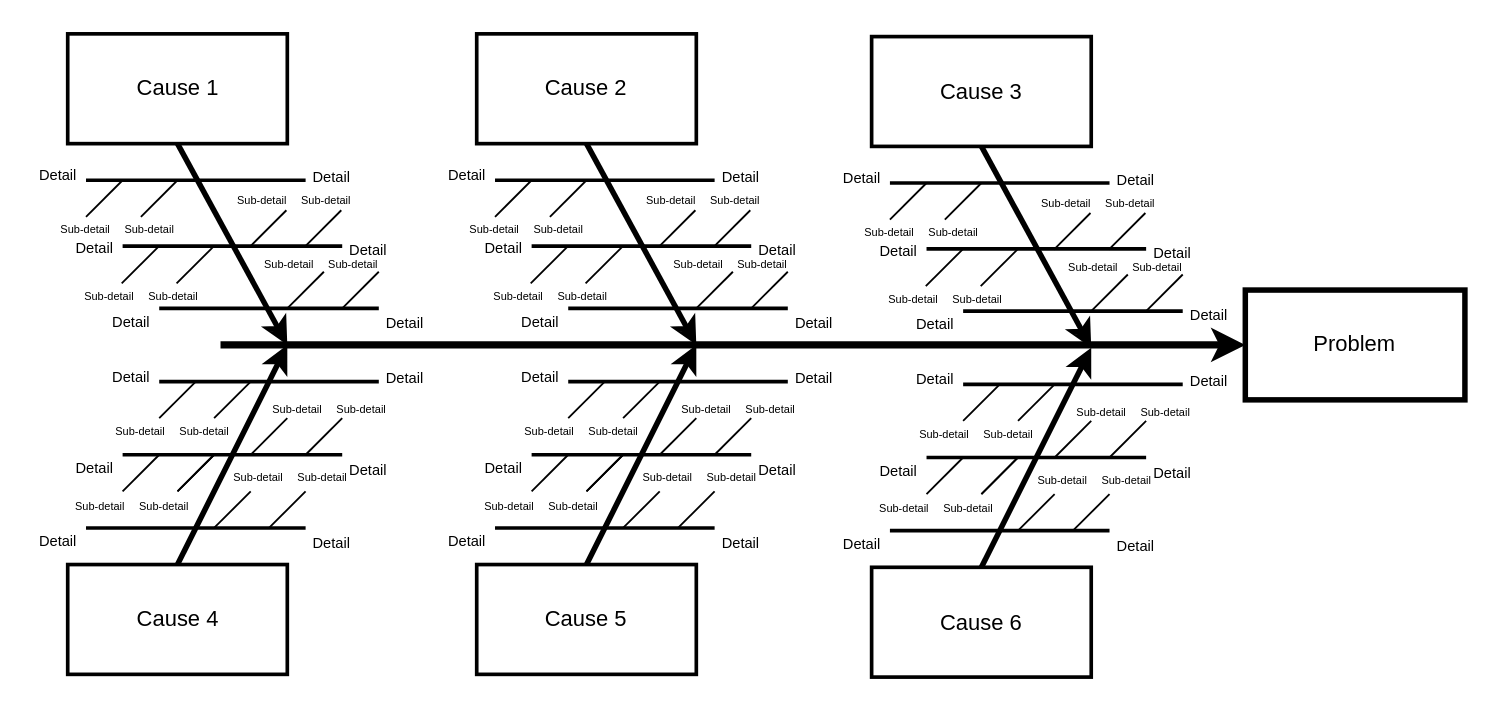
Above: Task4/Диаграмма Исикавы.drawio in Laborant90/architecture-medikamente (draw.io), before the change. Source tidied: cells renumbered, new cells numbered last; positions are measured from the earlier drawing's top-left corner, leaving out a move shared by most shapes. Both pictures are drawn from the tidied source at 183%, with x=0, y=0 at pixel (29, 33).
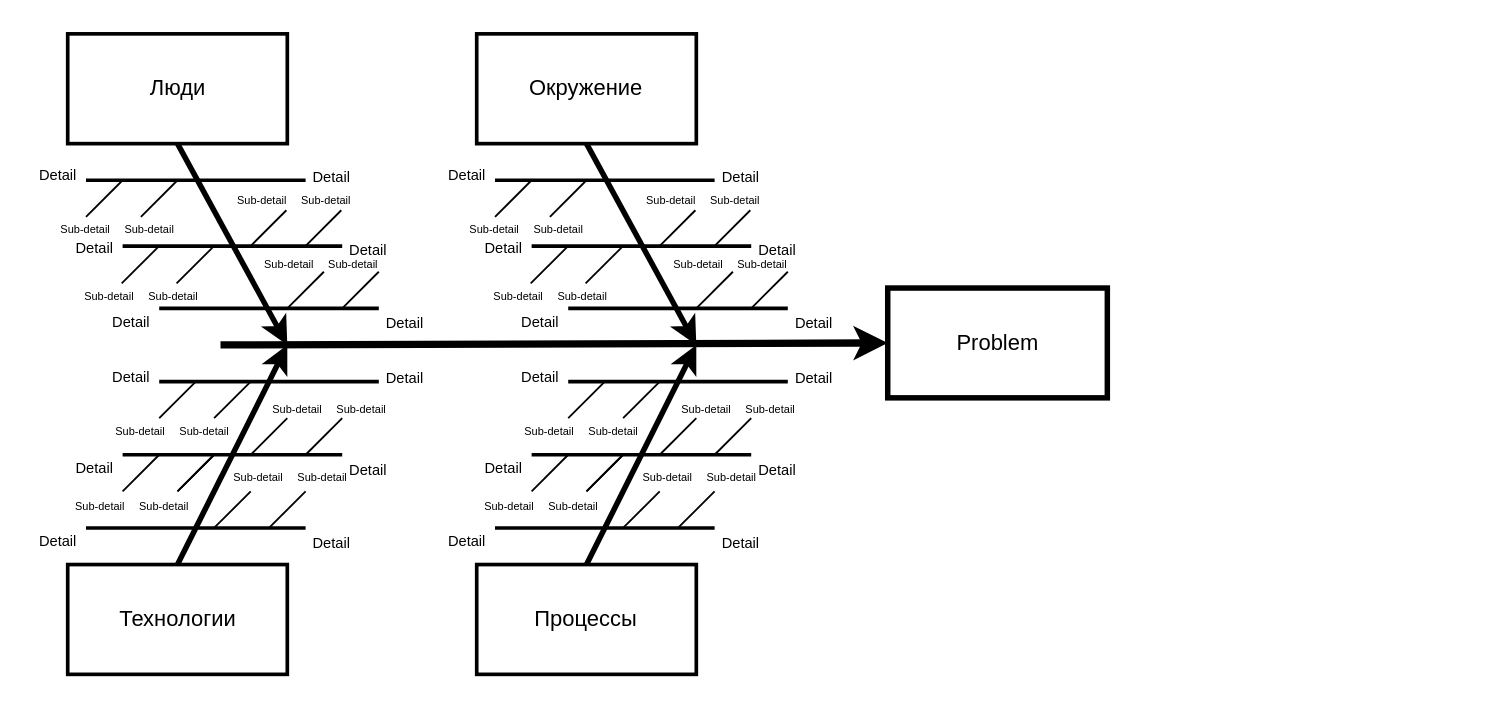
The same page after the edit.

The edit, as a diff of the source:
```diff
@@
-    <mxCell id="2" value="Cause 1" style="whiteSpace=wrap;strokeWidth=2;" parent="1" vertex="1">
+    <mxCell id="2" value="Люди" style="whiteSpace=wrap;strokeWidth=2;" parent="1" vertex="1">
       <mxGeometry x="20.5" width="120" height="60" as="geometry" />
     </mxCell>
-    <mxCell id="3" value="Cause 4" style="whiteSpace=wrap;strokeWidth=2;" parent="1" vertex="1">
+    <mxCell id="3" value="Технологии" style="whiteSpace=wrap;strokeWidth=2;" parent="1" vertex="1">
       <mxGeometry x="20.5" y="290" width="120" height="60" as="geometry" />
     </mxCell>
     <mxCell id="4" value="Problem" style="whiteSpace=wrap;strokeWidth=3;" parent="1" vertex="1">
-      <mxGeometry x="664" y="140" width="120" height="60" as="geometry" />
+      <mxGeometry x="468.6" y="138.9" width="120" height="60" as="geometry" />
     </mxCell>
-    <mxCell id="5" style="edgeStyle=none;strokeWidth=4;" parent="1" edge="1" target="4">
+    <mxCell id="5" style="edgeStyle=none;strokeWidth=4;entryX=0;entryY=0.5;entryDx=0;entryDy=0;" parent="1" edge="1" target="4">
       <mxGeometry relative="1" as="geometry">
         <mxPoint x="104" y="170" as="sourcePoint" />
       </mxGeometry>
     </mxCell>
@@
-    <mxCell id="65" value="Cause 2" style="whiteSpace=wrap;strokeWidth=2;" parent="1" vertex="1">
+    <mxCell id="65" value="Окружение" style="whiteSpace=wrap;strokeWidth=2;" parent="1" vertex="1">
       <mxGeometry x="244" width="120" height="60" as="geometry" />
     </mxCell>
-    <mxCell id="66" value="Cause 5" style="whiteSpace=wrap;strokeWidth=2;" parent="1" vertex="1">
+    <mxCell id="66" value="Процессы" style="whiteSpace=wrap;strokeWidth=2;" parent="1" vertex="1">
       <mxGeometry x="244" y="290" width="120" height="60" as="geometry" />
     </mxCell>
@@
-    <mxCell id="126" value="Cause 3" style="whiteSpace=wrap;strokeWidth=2;" parent="1" vertex="1">
-      <mxGeometry x="459.8" y="1.5" width="120" height="60" as="geometry" />
-    </mxCell>
-    <mxCell id="127" value="Cause 6" style="whiteSpace=wrap;strokeWidth=2;" parent="1" vertex="1">
-      <mxGeometry x="459.8" y="291.5" width="120" height="60" as="geometry" />
-    </mxCell>
-    <mxCell id="128" style="edgeStyle=none;exitX=0.5;exitY=1;strokeWidth=3;" parent="1" edge="1" source="126">
-      <mxGeometry relative="1" as="geometry">
-        <mxPoint x="579.8" y="171.5" as="targetPoint" />
-      </mxGeometry>
-    </mxCell>
-    <mxCell id="129" style="edgeStyle=none;exitX=0.5;exitY=0;strokeWidth=3;" parent="1" edge="1">
-      <mxGeometry relative="1" as="geometry">
-        <mxPoint x="519.8" y="291.5" as="sourcePoint" />
-        <mxPoint x="579.8" y="171.5" as="targetPoint" />
-      </mxGeometry>
-    </mxCell>
-    <mxCell id="130" style="edgeStyle=none;endArrow=none;strokeWidth=2;" parent="1" edge="1">
-      <mxGeometry relative="1" as="geometry">
-        <mxPoint x="469.8" y="81.5" as="sourcePoint" />
-        <mxPoint x="529.8" y="81.5" as="targetPoint" />
-      </mxGeometry>
-    </mxCell>
-    <mxCell id="131" style="edgeStyle=none;endArrow=none;strokeWidth=2;" parent="1" edge="1">
-      <mxGeometry relative="1" as="geometry">
-        <mxPoint x="489.8" y="117.5" as="sourcePoint" />
-        <mxPoint x="549.8" y="117.5" as="targetPoint" />
-      </mxGeometry>
-    </mxCell>
-    <mxCell id="132" style="edgeStyle=none;endArrow=none;strokeWidth=2;" parent="1" edge="1">
-      <mxGeometry relative="1" as="geometry">
-        <mxPoint x="509.8" y="151.5" as="sourcePoint" />
-        <mxPoint x="569.8" y="151.5" as="targetPoint" />
-      </mxGeometry>
-    </mxCell>
-    <mxCell id="133" style="edgeStyle=none;endArrow=none;strokeWidth=2;" parent="1" edge="1">
-      <mxGeometry relative="1" as="geometry">
-        <mxPoint x="529.8" y="81.5" as="sourcePoint" />
-        <mxPoint x="589.8" y="81.5" as="targetPoint" />
-      </mxGeometry>
-    </mxCell>
-    <mxCell id="134" style="edgeStyle=none;endArrow=none;strokeWidth=2;" parent="1" edge="1">
-      <mxGeometry relative="1" as="geometry">
-        <mxPoint x="549.8" y="117.5" as="sourcePoint" />
-        <mxPoint x="609.8" y="117.5" as="targetPoint" />
-      </mxGeometry>
-    </mxCell>
-    <mxCell id="135" style="edgeStyle=none;endArrow=none;strokeWidth=2;" parent="1" edge="1">
-      <mxGeometry relative="1" as="geometry">
-        <mxPoint x="569.8" y="151.5" as="sourcePoint" />
-        <mxPoint x="629.8" y="151.5" as="targetPoint" />
-      </mxGeometry>
-    </mxCell>
-    <mxCell id="136" style="edgeStyle=none;endArrow=none;strokeWidth=2;" parent="1" edge="1">
-      <mxGeometry relative="1" as="geometry">
-        <mxPoint x="509.8" y="191.5" as="sourcePoint" />
-        <mxPoint x="569.8" y="191.5" as="targetPoint" />
-      </mxGeometry>
-    </mxCell>
-    <mxCell id="137" style="edgeStyle=none;endArrow=none;strokeWidth=2;" parent="1" edge="1">
-      <mxGeometry relative="1" as="geometry">
-        <mxPoint x="489.8" y="231.5" as="sourcePoint" />
-        <mxPoint x="549.8" y="231.5" as="targetPoint" />
-      </mxGeometry>
-    </mxCell>
-    <mxCell id="138" style="edgeStyle=none;endArrow=none;strokeWidth=2;" parent="1" edge="1">
-      <mxGeometry relative="1" as="geometry">
-        <mxPoint x="469.8" y="271.5" as="sourcePoint" />
-        <mxPoint x="529.8" y="271.5" as="targetPoint" />
-      </mxGeometry>
-    </mxCell>
-    <mxCell id="139" style="edgeStyle=none;endArrow=none;strokeWidth=2;" parent="1" edge="1">
-      <mxGeometry relative="1" as="geometry">
-        <mxPoint x="569.8" y="191.5" as="sourcePoint" />
-        <mxPoint x="629.8" y="191.5" as="targetPoint" />
-      </mxGeometry>
-    </mxCell>
-    <mxCell id="140" style="edgeStyle=none;endArrow=none;strokeWidth=2;" parent="1" edge="1">
-      <mxGeometry relative="1" as="geometry">
-        <mxPoint x="549.8" y="231.5" as="sourcePoint" />
-        <mxPoint x="609.8" y="231.5" as="targetPoint" />
-      </mxGeometry>
-    </mxCell>
-    <mxCell id="141" style="edgeStyle=none;endArrow=none;strokeWidth=2;" parent="1" edge="1">
-      <mxGeometry relative="1" as="geometry">
-        <mxPoint x="529.8" y="271.5" as="sourcePoint" />
-        <mxPoint x="589.8" y="271.5" as="targetPoint" />
-      </mxGeometry>
-    </mxCell>
-    <mxCell id="142" style="edgeStyle=none;endArrow=none;" parent="1" edge="1">
-      <mxGeometry relative="1" as="geometry">
-        <mxPoint x="499.8" y="101.5" as="sourcePoint" />
-        <mxPoint x="519.8" y="81.5" as="targetPoint" />
-      </mxGeometry>
-    </mxCell>
-    <mxCell id="143" style="edgeStyle=none;endArrow=none;" parent="1" edge="1">
-      <mxGeometry relative="1" as="geometry">
-        <mxPoint x="469.8" y="101.5" as="sourcePoint" />
-        <mxPoint x="489.8" y="81.5" as="targetPoint" />
-      </mxGeometry>
-    </mxCell>
-    <mxCell id="144" style="edgeStyle=none;endArrow=none;" parent="1" edge="1">
-      <mxGeometry relative="1" as="geometry">
-        <mxPoint x="579.8" y="151.5" as="sourcePoint" />
-        <mxPoint x="599.8" y="131.5" as="targetPoint" />
-      </mxGeometry>
-    </mxCell>
-    <mxCell id="145" style="edgeStyle=none;endArrow=none;" parent="1" edge="1">
-      <mxGeometry relative="1" as="geometry">
-        <mxPoint x="609.8" y="151.5" as="sourcePoint" />
-        <mxPoint x="629.8" y="131.5" as="targetPoint" />
-      </mxGeometry>
-    </mxCell>
-    <mxCell id="146" style="edgeStyle=none;endArrow=none;" parent="1" edge="1">
-      <mxGeometry relative="1" as="geometry">
-        <mxPoint x="559.4" y="117.9" as="sourcePoint" />
-        <mxPoint x="579.4" y="97.9" as="targetPoint" />
-      </mxGeometry>
-    </mxCell>
-    <mxCell id="147" style="edgeStyle=none;endArrow=none;" parent="1" edge="1">
-      <mxGeometry relative="1" as="geometry">
-        <mxPoint x="589.4" y="117.9" as="sourcePoint" />
-        <mxPoint x="609.4" y="97.9" as="targetPoint" />
-      </mxGeometry>
-    </mxCell>
-    <mxCell id="148" style="edgeStyle=none;endArrow=none;" parent="1" edge="1">
-      <mxGeometry relative="1" as="geometry">
-        <mxPoint x="519.4" y="137.9" as="sourcePoint" />
-        <mxPoint x="539.4" y="117.9" as="targetPoint" />
-      </mxGeometry>
-    </mxCell>
-    <mxCell id="149" style="edgeStyle=none;endArrow=none;" parent="1" edge="1">
-      <mxGeometry relative="1" as="geometry">
-        <mxPoint x="489.4" y="137.9" as="sourcePoint" />
-        <mxPoint x="509.4" y="117.9" as="targetPoint" />
-      </mxGeometry>
-    </mxCell>
-    <mxCell id="150" style="edgeStyle=none;endArrow=none;" parent="1" edge="1">
-      <mxGeometry relative="1" as="geometry">
-        <mxPoint x="569.8" y="271.5" as="sourcePoint" />
-        <mxPoint x="589.8" y="251.5" as="targetPoint" />
-      </mxGeometry>
-    </mxCell>
-    <mxCell id="151" style="edgeStyle=none;endArrow=none;" parent="1" edge="1">
-      <mxGeometry relative="1" as="geometry">
-        <mxPoint x="539.8" y="271.5" as="sourcePoint" />
-        <mxPoint x="559.8" y="251.5" as="targetPoint" />
-      </mxGeometry>
-    </mxCell>
-    <mxCell id="152" style="edgeStyle=none;endArrow=none;" parent="1" edge="1">
-      <mxGeometry relative="1" as="geometry">
-        <mxPoint x="589.8" y="231.5" as="sourcePoint" />
-        <mxPoint x="609.8" y="211.5" as="targetPoint" />
-      </mxGeometry>
-    </mxCell>
-    <mxCell id="153" style="edgeStyle=none;endArrow=none;" parent="1" edge="1">
-      <mxGeometry relative="1" as="geometry">
-        <mxPoint x="559.8" y="231.5" as="sourcePoint" />
-        <mxPoint x="579.8" y="211.5" as="targetPoint" />
-      </mxGeometry>
-    </mxCell>
-    <mxCell id="154" style="edgeStyle=none;endArrow=none;" parent="1" edge="1">
-      <mxGeometry relative="1" as="geometry">
-        <mxPoint x="519.8" y="251.5" as="sourcePoint" />
-        <mxPoint x="539.8" y="231.5" as="targetPoint" />
-      </mxGeometry>
-    </mxCell>
-    <mxCell id="155" style="edgeStyle=none;endArrow=none;" parent="1" edge="1">
-      <mxGeometry relative="1" as="geometry">
-        <mxPoint x="519.8" y="251.5" as="sourcePoint" />
-        <mxPoint x="539.8" y="231.5" as="targetPoint" />
-      </mxGeometry>
-    </mxCell>
-    <mxCell id="156" style="edgeStyle=none;endArrow=none;" parent="1" edge="1">
-      <mxGeometry relative="1" as="geometry">
-        <mxPoint x="489.8" y="251.5" as="sourcePoint" />
-        <mxPoint x="509.8" y="231.5" as="targetPoint" />
-      </mxGeometry>
-    </mxCell>
-    <mxCell id="157" style="edgeStyle=none;endArrow=none;" parent="1" edge="1">
-      <mxGeometry relative="1" as="geometry">
-        <mxPoint x="539.8" y="211.5" as="sourcePoint" />
-        <mxPoint x="559.8" y="191.5" as="targetPoint" />
-      </mxGeometry>
-    </mxCell>
-    <mxCell id="158" style="edgeStyle=none;endArrow=none;" parent="1" edge="1">
-      <mxGeometry relative="1" as="geometry">
-        <mxPoint x="509.8" y="211.5" as="sourcePoint" />
-        <mxPoint x="529.8" y="191.5" as="targetPoint" />
-      </mxGeometry>
-    </mxCell>
-    <mxCell id="159" value="Detail" style="text;spacingTop=-5;fontSize=8;align=center;verticalAlign=middle;" parent="1" vertex="1">
-      <mxGeometry x="439.8" y="71.5" width="30" height="20" as="geometry" />
-    </mxCell>
-    <mxCell id="160" value="Detail" style="text;spacingTop=-5;fontSize=8;align=center;verticalAlign=middle;" parent="1" vertex="1">
-      <mxGeometry x="459.8" y="111.5" width="30" height="20" as="geometry" />
-    </mxCell>
-    <mxCell id="161" value="Detail" style="text;spacingTop=-5;fontSize=8;align=center;verticalAlign=middle;" parent="1" vertex="1">
-      <mxGeometry x="479.8" y="151.5" width="30" height="20" as="geometry" />
-    </mxCell>
-    <mxCell id="162" value="Detail" style="text;spacingTop=-5;fontSize=8;align=center;verticalAlign=middle;" parent="1" vertex="1">
-      <mxGeometry x="479.8" y="181.5" width="30" height="20" as="geometry" />
-    </mxCell>
-    <mxCell id="163" value="Detail" style="text;spacingTop=-5;fontSize=8;align=center;verticalAlign=middle;" parent="1" vertex="1">
-      <mxGeometry x="459.8" y="231.5" width="30" height="20" as="geometry" />
-    </mxCell>
-    <mxCell id="164" value="Detail" style="text;spacingTop=-5;fontSize=8;align=center;verticalAlign=middle;" parent="1" vertex="1">
-      <mxGeometry x="439.8" y="271.5" width="30" height="20" as="geometry" />
-    </mxCell>
-    <mxCell id="165" value="Sub-detail" style="text;spacingTop=-5;fontSize=6;align=center;verticalAlign=middle;" parent="1" vertex="1">
-      <mxGeometry x="454.8" y="101.5" width="30" height="20" as="geometry" />
-    </mxCell>
-    <mxCell id="166" value="Sub-detail" style="text;spacingTop=-5;fontSize=6;align=center;verticalAlign=middle;" parent="1" vertex="1">
-      <mxGeometry x="489.8" y="101.5" width="30" height="20" as="geometry" />
-    </mxCell>
-    <mxCell id="167" value="Sub-detail" style="text;spacingTop=-5;fontSize=6;align=center;verticalAlign=middle;" parent="1" vertex="1">
-      <mxGeometry x="467.9" y="138.1" width="30" height="20" as="geometry" />
-    </mxCell>
-    <mxCell id="168" value="Sub-detail" style="text;spacingTop=-5;fontSize=6;align=center;verticalAlign=middle;" parent="1" vertex="1">
-      <mxGeometry x="502.9" y="138.1" width="30" height="20" as="geometry" />
-    </mxCell>
-    <mxCell id="169" value="Sub-detail" style="text;spacingTop=-5;fontSize=6;align=center;verticalAlign=middle;" parent="1" vertex="1">
-      <mxGeometry x="484.8" y="211.9" width="30" height="20" as="geometry" />
-    </mxCell>
-    <mxCell id="170" value="Sub-detail" style="text;spacingTop=-5;fontSize=6;align=center;verticalAlign=middle;" parent="1" vertex="1">
-      <mxGeometry x="519.8" y="211.9" width="30" height="20" as="geometry" />
-    </mxCell>
-    <mxCell id="171" value="Sub-detail" style="text;spacingTop=-5;fontSize=6;align=center;verticalAlign=middle;" parent="1" vertex="1">
-      <mxGeometry x="462.9" y="252.5" width="30" height="20" as="geometry" />
-    </mxCell>
-    <mxCell id="172" value="Sub-detail" style="text;spacingTop=-5;fontSize=6;align=center;verticalAlign=middle;" parent="1" vertex="1">
-      <mxGeometry x="497.9" y="252.5" width="30" height="20" as="geometry" />
-    </mxCell>
-    <mxCell id="173" value="Sub-detail" style="text;spacingTop=-5;fontSize=6;align=center;verticalAlign=middle;" parent="1" vertex="1">
-      <mxGeometry x="551.4" y="85.4" width="30" height="20" as="geometry" />
-    </mxCell>
-    <mxCell id="174" value="Sub-detail" style="text;spacingTop=-5;fontSize=6;align=center;verticalAlign=middle;" parent="1" vertex="1">
-      <mxGeometry x="586.4" y="85.4" width="30" height="20" as="geometry" />
-    </mxCell>
-    <mxCell id="175" value="Sub-detail" style="text;spacingTop=-5;fontSize=6;align=center;verticalAlign=middle;" parent="1" vertex="1">
-      <mxGeometry x="566.2" y="120.4" width="30" height="20" as="geometry" />
-    </mxCell>
-    <mxCell id="176" value="Sub-detail" style="text;spacingTop=-5;fontSize=6;align=center;verticalAlign=middle;" parent="1" vertex="1">
-      <mxGeometry x="601.2" y="120.4" width="30" height="20" as="geometry" />
-    </mxCell>
-    <mxCell id="177" value="Sub-detail" style="text;spacingTop=-5;fontSize=6;align=center;verticalAlign=middle;" parent="1" vertex="1">
-      <mxGeometry x="570.7" y="199.9" width="30" height="20" as="geometry" />
-    </mxCell>
-    <mxCell id="178" value="Sub-detail" style="text;spacingTop=-5;fontSize=6;align=center;verticalAlign=middle;" parent="1" vertex="1">
-      <mxGeometry x="605.7" y="199.9" width="30" height="20" as="geometry" />
-    </mxCell>
-    <mxCell id="179" value="Sub-detail" style="text;spacingTop=-5;fontSize=6;align=center;verticalAlign=middle;" parent="1" vertex="1">
-      <mxGeometry x="549.4" y="236.9" width="30" height="20" as="geometry" />
-    </mxCell>
-    <mxCell id="180" value="Sub-detail" style="text;spacingTop=-5;fontSize=6;align=center;verticalAlign=middle;" parent="1" vertex="1">
-      <mxGeometry x="584.4" y="236.9" width="30" height="20" as="geometry" />
-    </mxCell>
-    <mxCell id="181" value="Detail" style="text;spacingTop=-5;fontSize=8;align=center;verticalAlign=middle;" parent="1" vertex="1">
-      <mxGeometry x="589.4" y="72.5" width="30" height="20" as="geometry" />
-    </mxCell>
-    <mxCell id="182" value="Detail" style="text;spacingTop=-5;fontSize=8;align=center;verticalAlign=middle;" parent="1" vertex="1">
-      <mxGeometry x="609.4" y="112.5" width="30" height="20" as="geometry" />
-    </mxCell>
-    <mxCell id="183" value="Detail" style="text;spacingTop=-5;fontSize=8;align=center;verticalAlign=middle;" parent="1" vertex="1">
-      <mxGeometry x="629.4" y="146.5" width="30" height="20" as="geometry" />
-    </mxCell>
-    <mxCell id="184" value="Detail" style="text;spacingTop=-5;fontSize=8;align=center;verticalAlign=middle;" parent="1" vertex="1">
-      <mxGeometry x="629.4" y="182.5" width="30" height="20" as="geometry" />
-    </mxCell>
-    <mxCell id="185" value="Detail" style="text;spacingTop=-5;fontSize=8;align=center;verticalAlign=middle;" parent="1" vertex="1">
-      <mxGeometry x="609.4" y="232.5" width="30" height="20" as="geometry" />
-    </mxCell>
-    <mxCell id="186" value="Detail" style="text;spacingTop=-5;fontSize=8;align=center;verticalAlign=middle;" parent="1" vertex="1">
-      <mxGeometry x="589.4" y="272.5" width="30" height="20" as="geometry" />
-    </mxCell>
```
